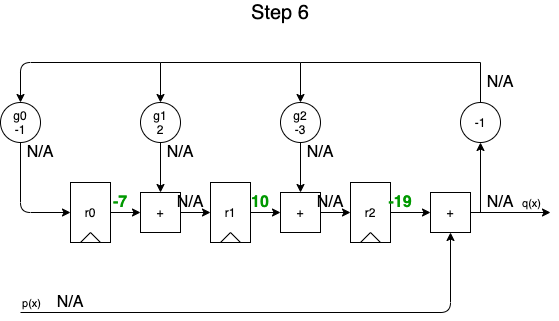
tomverbeure/tomverbeure.github.io keeps this draw.io diagram as assets/reed_solomon/reed_solomon-divider_diagram_step6.png. Above is the earlier version. Source tidied: cells renumbered, new cells last; positions are measured from the earlier drawing's top-left corner, leaving out a move shared by most shapes. The source it was exported from:
```xml
<mxGraphModel>
  <root>
    <mxCell id="0" />
    <mxCell id="1" parent="0" />
    <mxCell id="2" style="group;" parent="1" vertex="1">
      <mxGeometry x="210" y="180" width="40" height="60" as="geometry" />
    </mxCell>
    <mxCell id="3" value="r1" style="rounded=0;whiteSpace=wrap;html=1;fillColor=none;" parent="2" vertex="1">
      <mxGeometry width="40" height="60" as="geometry" />
    </mxCell>
    <mxCell id="4" style="endArrow=none;html=1;" parent="2" edge="1">
      <mxGeometry relative="1" as="geometry">
        <mxPoint x="10" y="60" as="sourcePoint" />
        <mxPoint x="20" y="50" as="targetPoint" />
      </mxGeometry>
    </mxCell>
    <mxCell id="5" style="endArrow=none;html=1;exitX=0.75;exitY=1;exitDx=0;exitDy=0;" parent="2" edge="1" source="3">
      <mxGeometry relative="1" as="geometry">
        <mxPoint x="20" y="50" as="targetPoint" />
      </mxGeometry>
    </mxCell>
    <mxCell id="6" style="group;" parent="1" vertex="1">
      <mxGeometry x="350" y="180" width="40" height="60" as="geometry" />
    </mxCell>
    <mxCell id="7" value="r2" style="rounded=0;whiteSpace=wrap;html=1;fillColor=none;" parent="6" vertex="1">
      <mxGeometry width="40" height="60" as="geometry" />
    </mxCell>
    <mxCell id="8" style="endArrow=none;html=1;" parent="6" edge="1">
      <mxGeometry relative="1" as="geometry">
        <mxPoint x="10" y="60" as="sourcePoint" />
        <mxPoint x="20" y="50" as="targetPoint" />
      </mxGeometry>
    </mxCell>
    <mxCell id="9" style="endArrow=none;html=1;exitX=0.75;exitY=1;exitDx=0;exitDy=0;" parent="6" edge="1" source="7">
      <mxGeometry relative="1" as="geometry">
        <mxPoint x="20" y="50" as="targetPoint" />
      </mxGeometry>
    </mxCell>
    <mxCell id="10" style="edgeStyle=orthogonalEdgeStyle;rounded=0;jettySize=auto;html=1;" parent="1" edge="1" source="11" target="18">
      <mxGeometry relative="1" as="geometry" />
    </mxCell>
    <mxCell id="11" value="g2&lt;br&gt;-3" style="ellipse;whiteSpace=wrap;html=1;fillColor=none;" parent="1" vertex="1">
      <mxGeometry x="280" y="100" width="40" height="40" as="geometry" />
    </mxCell>
    <mxCell id="12" value="+" style="whiteSpace=wrap;html=1;fillColor=none;" parent="1" vertex="1">
      <mxGeometry x="430" y="190" width="40" height="40" as="geometry" />
    </mxCell>
    <mxCell id="13" style="endArrow=classic;html=1;entryX=0.5;entryY=1;entryDx=0;entryDy=0;" parent="1" edge="1" target="12">
      <mxGeometry relative="1" as="geometry">
        <mxPoint x="20" y="310" as="sourcePoint" />
        <Array as="points">
          <mxPoint x="450" y="310" />
        </Array>
      </mxGeometry>
    </mxCell>
    <mxCell id="14" value="p(x)" style="edgeLabel;html=1;align=center;verticalAlign=middle;" parent="13" vertex="1">
      <mxGeometry x="-0.73" y="-1" relative="1" as="geometry">
        <mxPoint x="-58" y="-11" as="offset" />
      </mxGeometry>
    </mxCell>
    <mxCell id="15" style="edgeStyle=orthogonalEdgeStyle;rounded=0;jettySize=auto;html=1;" parent="1" edge="1" source="7" target="12">
      <mxGeometry relative="1" as="geometry" />
    </mxCell>
    <mxCell id="16" style="endArrow=classic;html=1;exitX=1;exitY=0.5;exitDx=0;exitDy=0;" parent="1" edge="1" source="12">
      <mxGeometry relative="1" as="geometry">
        <mxPoint x="550" y="210" as="targetPoint" />
      </mxGeometry>
    </mxCell>
    <mxCell id="17" value="q(x)" style="edgeLabel;html=1;align=center;verticalAlign=middle;" parent="16" vertex="1">
      <mxGeometry x="-0.06" relative="1" as="geometry">
        <mxPoint x="22.3" y="-10" as="offset" />
      </mxGeometry>
    </mxCell>
    <mxCell id="18" value="+" style="whiteSpace=wrap;html=1;fillColor=none;" parent="1" vertex="1">
      <mxGeometry x="280" y="190" width="40" height="40" as="geometry" />
    </mxCell>
    <mxCell id="19" style="edgeStyle=orthogonalEdgeStyle;rounded=0;jettySize=auto;html=1;" parent="1" edge="1" source="3" target="18">
      <mxGeometry relative="1" as="geometry" />
    </mxCell>
    <mxCell id="20" style="endArrow=classic;html=1;entryX=0;entryY=0.5;entryDx=0;entryDy=0;exitX=1;exitY=0.5;exitDx=0;exitDy=0;" parent="1" edge="1" source="18" target="7">
      <mxGeometry relative="1" as="geometry" />
    </mxCell>
    <mxCell id="21" style="endArrow=classic;html=1;entryX=0.5;entryY=0;entryDx=0;entryDy=0;rounded=0;" parent="1" edge="1" source="41" target="11">
      <mxGeometry relative="1" as="geometry">
        <Array as="points">
          <mxPoint x="480" y="60" />
          <mxPoint x="300" y="60" />
        </Array>
      </mxGeometry>
    </mxCell>
    <mxCell id="22" style="group;" parent="1" vertex="1">
      <mxGeometry x="70" y="180" width="40" height="60" as="geometry" />
    </mxCell>
    <mxCell id="23" value="r0" style="rounded=0;whiteSpace=wrap;html=1;fillColor=none;" parent="22" vertex="1">
      <mxGeometry width="40" height="60" as="geometry" />
    </mxCell>
    <mxCell id="24" style="endArrow=none;html=1;" parent="22" edge="1">
      <mxGeometry relative="1" as="geometry">
        <mxPoint x="10" y="60" as="sourcePoint" />
        <mxPoint x="20" y="50" as="targetPoint" />
      </mxGeometry>
    </mxCell>
    <mxCell id="25" style="endArrow=none;html=1;exitX=0.75;exitY=1;exitDx=0;exitDy=0;" parent="22" edge="1" source="23">
      <mxGeometry relative="1" as="geometry">
        <mxPoint x="20" y="50" as="targetPoint" />
      </mxGeometry>
    </mxCell>
    <mxCell id="26" style="edgeStyle=orthogonalEdgeStyle;rounded=0;jettySize=auto;html=1;" parent="1" edge="1" source="27" target="28">
      <mxGeometry relative="1" as="geometry" />
    </mxCell>
    <mxCell id="27" value="g1&lt;br&gt;2" style="ellipse;whiteSpace=wrap;html=1;fillColor=none;" parent="1" vertex="1">
      <mxGeometry x="140" y="100" width="40" height="40" as="geometry" />
    </mxCell>
    <mxCell id="28" value="+" style="whiteSpace=wrap;html=1;fillColor=none;" parent="1" vertex="1">
      <mxGeometry x="140" y="190" width="40" height="40" as="geometry" />
    </mxCell>
    <mxCell id="29" style="edgeStyle=orthogonalEdgeStyle;rounded=0;jettySize=auto;html=1;" parent="1" edge="1" source="23" target="28">
      <mxGeometry relative="1" as="geometry" />
    </mxCell>
    <mxCell id="30" style="endArrow=classic;html=1;entryX=0;entryY=0.5;entryDx=0;entryDy=0;exitX=1;exitY=0.5;exitDx=0;exitDy=0;" parent="1" edge="1" source="28">
      <mxGeometry relative="1" as="geometry">
        <mxPoint x="210" y="210" as="targetPoint" />
      </mxGeometry>
    </mxCell>
    <mxCell id="31" value="g0&lt;br&gt;-1" style="ellipse;whiteSpace=wrap;html=1;fillColor=none;" parent="1" vertex="1">
      <mxGeometry y="100" width="40" height="40" as="geometry" />
    </mxCell>
    <mxCell id="32" style="endArrow=classic;html=1;entryX=0;entryY=0.5;entryDx=0;entryDy=0;exitX=0.5;exitY=1;exitDx=0;exitDy=0;" parent="1" edge="1" source="31" target="23">
      <mxGeometry relative="1" as="geometry">
        <Array as="points">
          <mxPoint x="20" y="210" />
        </Array>
      </mxGeometry>
    </mxCell>
    <mxCell id="33" style="endArrow=classic;html=1;entryX=0.5;entryY=0;entryDx=0;entryDy=0;rounded=0;" parent="1" edge="1" target="27">
      <mxGeometry relative="1" as="geometry">
        <mxPoint x="300" y="60" as="sourcePoint" />
        <Array as="points">
          <mxPoint x="160" y="60" />
        </Array>
      </mxGeometry>
    </mxCell>
    <mxCell id="34" style="endArrow=classic;html=1;entryX=0.5;entryY=0;entryDx=0;entryDy=0;" parent="1" edge="1">
      <mxGeometry relative="1" as="geometry">
        <mxPoint x="160" y="60" as="sourcePoint" />
        <mxPoint x="20" y="100" as="targetPoint" />
        <Array as="points">
          <mxPoint x="20" y="60" />
        </Array>
      </mxGeometry>
    </mxCell>
    <mxCell id="35" value="&lt;font style=&quot;font-size: 16px&quot;&gt;N/A&lt;/font&gt;" style="text;html=1;strokeColor=none;fillColor=none;align=center;verticalAlign=middle;whiteSpace=wrap;rounded=0;" parent="1" vertex="1">
      <mxGeometry x="50" y="290" width="40" height="20" as="geometry" />
    </mxCell>
    <mxCell id="36" value="&lt;font style=&quot;font-size: 16px&quot; color=&quot;#009900&quot;&gt;&lt;b&gt;-7&lt;/b&gt;&lt;/font&gt;" style="text;html=1;strokeColor=none;fillColor=none;align=center;verticalAlign=middle;whiteSpace=wrap;rounded=0;" parent="1" vertex="1">
      <mxGeometry x="100" y="190" width="40" height="20" as="geometry" />
    </mxCell>
    <mxCell id="37" value="&lt;font style=&quot;font-size: 16px&quot;&gt;10&lt;/font&gt;" style="text;html=1;strokeColor=none;fillColor=none;align=center;verticalAlign=middle;whiteSpace=wrap;rounded=0;fontStyle=1;fontColor=#009900;" parent="1" vertex="1">
      <mxGeometry x="240" y="190" width="40" height="20" as="geometry" />
    </mxCell>
    <mxCell id="38" value="&lt;font style=&quot;font-size: 16px&quot;&gt;-19&lt;/font&gt;" style="text;html=1;strokeColor=none;fillColor=none;align=center;verticalAlign=middle;whiteSpace=wrap;rounded=0;fontStyle=1;fontColor=#009900;" parent="1" vertex="1">
      <mxGeometry x="380" y="190" width="40" height="20" as="geometry" />
    </mxCell>
    <mxCell id="39" value="&lt;font style=&quot;font-size: 16px&quot;&gt;N/A&lt;/font&gt;" style="text;html=1;strokeColor=none;fillColor=none;align=center;verticalAlign=middle;whiteSpace=wrap;rounded=0;" parent="1" vertex="1">
      <mxGeometry x="480" y="190" width="40" height="20" as="geometry" />
    </mxCell>
    <mxCell id="40" value="&lt;span style=&quot;font-size: 16px&quot;&gt;N/A&lt;/span&gt;" style="text;html=1;strokeColor=none;fillColor=none;align=center;verticalAlign=middle;whiteSpace=wrap;rounded=0;" parent="1" vertex="1">
      <mxGeometry x="300" y="140" width="40" height="20" as="geometry" />
    </mxCell>
    <mxCell id="41" value="-1" style="ellipse;whiteSpace=wrap;html=1;fillColor=none;" parent="1" vertex="1">
      <mxGeometry x="460" y="100" width="40" height="40" as="geometry" />
    </mxCell>
    <mxCell id="42" style="endArrow=classic;html=1;" parent="1" edge="1">
      <mxGeometry relative="1" as="geometry">
        <mxPoint x="480" y="210" as="sourcePoint" />
        <mxPoint x="480" y="140" as="targetPoint" />
      </mxGeometry>
    </mxCell>
    <mxCell id="43" value="&lt;span style=&quot;font-size: 16px&quot;&gt;N/A&lt;/span&gt;" style="text;html=1;strokeColor=none;fillColor=none;align=center;verticalAlign=middle;whiteSpace=wrap;rounded=0;" parent="1" vertex="1">
      <mxGeometry x="480" y="70" width="40" height="20" as="geometry" />
    </mxCell>
    <mxCell id="44" value="&lt;span style=&quot;font-size: 16px&quot;&gt;N/A&lt;/span&gt;" style="text;html=1;strokeColor=none;fillColor=none;align=center;verticalAlign=middle;whiteSpace=wrap;rounded=0;" parent="1" vertex="1">
      <mxGeometry x="160" y="140" width="40" height="20" as="geometry" />
    </mxCell>
    <mxCell id="45" value="&lt;span style=&quot;font-size: 16px&quot;&gt;N/A&lt;/span&gt;" style="text;html=1;strokeColor=none;fillColor=none;align=center;verticalAlign=middle;whiteSpace=wrap;rounded=0;" parent="1" vertex="1">
      <mxGeometry x="20" y="140" width="40" height="20" as="geometry" />
    </mxCell>
    <mxCell id="46" value="&lt;span style=&quot;font-size: 16px&quot;&gt;N/A&lt;/span&gt;" style="text;html=1;strokeColor=none;fillColor=none;align=center;verticalAlign=middle;whiteSpace=wrap;rounded=0;" parent="1" vertex="1">
      <mxGeometry x="310" y="190" width="40" height="20" as="geometry" />
    </mxCell>
    <mxCell id="47" value="&lt;font style=&quot;font-size: 16px&quot;&gt;N/A&lt;/font&gt;" style="text;html=1;strokeColor=none;fillColor=none;align=center;verticalAlign=middle;whiteSpace=wrap;rounded=0;" parent="1" vertex="1">
      <mxGeometry x="170" y="190" width="40" height="20" as="geometry" />
    </mxCell>
    <mxCell id="48" value="Step 6" style="text;html=1;strokeColor=none;fillColor=none;align=center;verticalAlign=middle;whiteSpace=wrap;rounded=0;fontSize=20;" parent="1" vertex="1">
      <mxGeometry x="230" width="100" height="20" as="geometry" />
    </mxCell>
  </root>
</mxGraphModel>
```
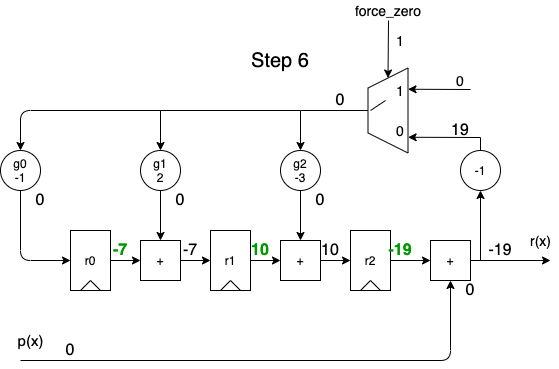
The same file after the commit.

What changed in the source:
```diff
@@ -53,11 +53,6 @@
         </Array>
       </mxGeometry>
     </mxCell>
-    <mxCell id="14" value="p(x)" style="edgeLabel;html=1;align=center;verticalAlign=middle;" parent="13" vertex="1">
-      <mxGeometry x="-0.73" y="-1" relative="1" as="geometry">
-        <mxPoint x="-58" y="-11" as="offset" />
-      </mxGeometry>
-    </mxCell>
     <mxCell id="15" style="edgeStyle=orthogonalEdgeStyle;rounded=0;jettySize=auto;html=1;" parent="1" edge="1" source="7" target="12">
       <mxGeometry relative="1" as="geometry" />
     </mxCell>
@@ -66,11 +61,6 @@
         <mxPoint x="550" y="210" as="targetPoint" />
       </mxGeometry>
     </mxCell>
-    <mxCell id="17" value="q(x)" style="edgeLabel;html=1;align=center;verticalAlign=middle;" parent="16" vertex="1">
-      <mxGeometry x="-0.06" relative="1" as="geometry">
-        <mxPoint x="22.3" y="-10" as="offset" />
-      </mxGeometry>
-    </mxCell>
     <mxCell id="18" value="+" style="whiteSpace=wrap;html=1;fillColor=none;" parent="1" vertex="1">
       <mxGeometry x="280" y="190" width="40" height="40" as="geometry" />
     </mxCell>
@@ -80,14 +70,6 @@
     <mxCell id="20" style="endArrow=classic;html=1;entryX=0;entryY=0.5;entryDx=0;entryDy=0;exitX=1;exitY=0.5;exitDx=0;exitDy=0;" parent="1" edge="1" source="18" target="7">
       <mxGeometry relative="1" as="geometry" />
     </mxCell>
-    <mxCell id="21" style="endArrow=classic;html=1;entryX=0.5;entryY=0;entryDx=0;entryDy=0;rounded=0;" parent="1" edge="1" source="41" target="11">
-      <mxGeometry relative="1" as="geometry">
-        <Array as="points">
-          <mxPoint x="480" y="60" />
-          <mxPoint x="300" y="60" />
-        </Array>
-      </mxGeometry>
-    </mxCell>
     <mxCell id="22" style="group;" parent="1" vertex="1">
       <mxGeometry x="70" y="180" width="40" height="60" as="geometry" />
     </mxCell>
@@ -149,7 +131,7 @@
         </Array>
       </mxGeometry>
     </mxCell>
-    <mxCell id="35" value="&lt;font style=&quot;font-size: 16px&quot;&gt;N/A&lt;/font&gt;" style="text;html=1;strokeColor=none;fillColor=none;align=center;verticalAlign=middle;whiteSpace=wrap;rounded=0;" parent="1" vertex="1">
+    <mxCell id="35" value="&lt;font style=&quot;font-size: 16px&quot;&gt;0&lt;/font&gt;" style="text;html=1;strokeColor=none;fillColor=none;align=center;verticalAlign=middle;whiteSpace=wrap;rounded=0;" parent="1" vertex="1">
       <mxGeometry x="50" y="290" width="40" height="20" as="geometry" />
     </mxCell>
     <mxCell id="36" value="&lt;font style=&quot;font-size: 16px&quot; color=&quot;#009900&quot;&gt;&lt;b&gt;-7&lt;/b&gt;&lt;/font&gt;" style="text;html=1;strokeColor=none;fillColor=none;align=center;verticalAlign=middle;whiteSpace=wrap;rounded=0;" parent="1" vertex="1">
@@ -161,10 +143,10 @@
     <mxCell id="38" value="&lt;font style=&quot;font-size: 16px&quot;&gt;-19&lt;/font&gt;" style="text;html=1;strokeColor=none;fillColor=none;align=center;verticalAlign=middle;whiteSpace=wrap;rounded=0;fontStyle=1;fontColor=#009900;" parent="1" vertex="1">
       <mxGeometry x="380" y="190" width="40" height="20" as="geometry" />
     </mxCell>
-    <mxCell id="39" value="&lt;font style=&quot;font-size: 16px&quot;&gt;N/A&lt;/font&gt;" style="text;html=1;strokeColor=none;fillColor=none;align=center;verticalAlign=middle;whiteSpace=wrap;rounded=0;" parent="1" vertex="1">
+    <mxCell id="39" value="&lt;font style=&quot;font-size: 16px&quot;&gt;-19&lt;/font&gt;" style="text;html=1;strokeColor=none;fillColor=none;align=center;verticalAlign=middle;whiteSpace=wrap;rounded=0;" parent="1" vertex="1">
       <mxGeometry x="480" y="190" width="40" height="20" as="geometry" />
     </mxCell>
-    <mxCell id="40" value="&lt;span style=&quot;font-size: 16px&quot;&gt;N/A&lt;/span&gt;" style="text;html=1;strokeColor=none;fillColor=none;align=center;verticalAlign=middle;whiteSpace=wrap;rounded=0;" parent="1" vertex="1">
+    <mxCell id="40" value="&lt;span style=&quot;font-size: 16px&quot;&gt;0&lt;/span&gt;" style="text;html=1;strokeColor=none;fillColor=none;align=center;verticalAlign=middle;whiteSpace=wrap;rounded=0;" parent="1" vertex="1">
       <mxGeometry x="300" y="140" width="40" height="20" as="geometry" />
     </mxCell>
     <mxCell id="41" value="-1" style="ellipse;whiteSpace=wrap;html=1;fillColor=none;" parent="1" vertex="1">
@@ -176,23 +158,85 @@
         <mxPoint x="480" y="140" as="targetPoint" />
       </mxGeometry>
     </mxCell>
-    <mxCell id="43" value="&lt;span style=&quot;font-size: 16px&quot;&gt;N/A&lt;/span&gt;" style="text;html=1;strokeColor=none;fillColor=none;align=center;verticalAlign=middle;whiteSpace=wrap;rounded=0;" parent="1" vertex="1">
-      <mxGeometry x="480" y="70" width="40" height="20" as="geometry" />
-    </mxCell>
-    <mxCell id="44" value="&lt;span style=&quot;font-size: 16px&quot;&gt;N/A&lt;/span&gt;" style="text;html=1;strokeColor=none;fillColor=none;align=center;verticalAlign=middle;whiteSpace=wrap;rounded=0;" parent="1" vertex="1">
+    <mxCell id="44" value="&lt;span style=&quot;font-size: 16px&quot;&gt;0&lt;/span&gt;" style="text;html=1;strokeColor=none;fillColor=none;align=center;verticalAlign=middle;whiteSpace=wrap;rounded=0;" parent="1" vertex="1">
       <mxGeometry x="160" y="140" width="40" height="20" as="geometry" />
     </mxCell>
-    <mxCell id="45" value="&lt;span style=&quot;font-size: 16px&quot;&gt;N/A&lt;/span&gt;" style="text;html=1;strokeColor=none;fillColor=none;align=center;verticalAlign=middle;whiteSpace=wrap;rounded=0;" parent="1" vertex="1">
+    <mxCell id="45" value="&lt;span style=&quot;font-size: 16px&quot;&gt;0&lt;/span&gt;" style="text;html=1;strokeColor=none;fillColor=none;align=center;verticalAlign=middle;whiteSpace=wrap;rounded=0;" parent="1" vertex="1">
       <mxGeometry x="20" y="140" width="40" height="20" as="geometry" />
     </mxCell>
-    <mxCell id="46" value="&lt;span style=&quot;font-size: 16px&quot;&gt;N/A&lt;/span&gt;" style="text;html=1;strokeColor=none;fillColor=none;align=center;verticalAlign=middle;whiteSpace=wrap;rounded=0;" parent="1" vertex="1">
+    <mxCell id="46" value="&lt;span style=&quot;font-size: 16px&quot;&gt;10&lt;/span&gt;" style="text;html=1;strokeColor=none;fillColor=none;align=center;verticalAlign=middle;whiteSpace=wrap;rounded=0;" parent="1" vertex="1">
       <mxGeometry x="310" y="190" width="40" height="20" as="geometry" />
     </mxCell>
-    <mxCell id="47" value="&lt;font style=&quot;font-size: 16px&quot;&gt;N/A&lt;/font&gt;" style="text;html=1;strokeColor=none;fillColor=none;align=center;verticalAlign=middle;whiteSpace=wrap;rounded=0;" parent="1" vertex="1">
+    <mxCell id="47" value="&lt;font style=&quot;font-size: 16px&quot;&gt;-7&lt;/font&gt;" style="text;html=1;strokeColor=none;fillColor=none;align=center;verticalAlign=middle;whiteSpace=wrap;rounded=0;" parent="1" vertex="1">
       <mxGeometry x="170" y="190" width="40" height="20" as="geometry" />
     </mxCell>
     <mxCell id="48" value="Step 6" style="text;html=1;strokeColor=none;fillColor=none;align=center;verticalAlign=middle;whiteSpace=wrap;rounded=0;fontSize=20;" parent="1" vertex="1">
       <mxGeometry x="230" width="100" height="20" as="geometry" />
     </mxCell>
+    <mxCell id="49" style="shape=trapezoid;perimeter=trapezoidPerimeter;whiteSpace=wrap;html=1;fixedSize=1;fillColor=none;fontSize=20;fontColor=#0000CC;rotation=-90;" parent="1" vertex="1">
+      <mxGeometry x="345" y="40" width="85" height="40" as="geometry" />
+    </mxCell>
+    <mxCell id="50" style="endArrow=classic;html=1;fontSize=20;fontColor=#0000CC;entryX=0.5;entryY=0;entryDx=0;entryDy=0;exitX=0.5;exitY=0;exitDx=0;exitDy=0;rounded=0;" parent="1" edge="1" source="49">
+      <mxGeometry relative="1" as="geometry">
+        <mxPoint x="300" y="100" as="targetPoint" />
+        <Array as="points">
+          <mxPoint x="300" y="60" />
+        </Array>
+      </mxGeometry>
+    </mxCell>
+    <mxCell id="51" style="endArrow=classic;html=1;fontSize=20;fontColor=#0000CC;entryX=0.185;entryY=1.003;entryDx=0;entryDy=0;entryPerimeter=0;exitX=0.5;exitY=0;exitDx=0;exitDy=0;rounded=0;" parent="1" edge="1" target="49">
+      <mxGeometry relative="1" as="geometry">
+        <mxPoint x="480" y="100" as="sourcePoint" />
+        <Array as="points">
+          <mxPoint x="480" y="87" />
+        </Array>
+      </mxGeometry>
+    </mxCell>
+    <mxCell id="52" style="endArrow=classic;html=1;fontSize=20;fontColor=#0000CC;entryX=0.75;entryY=1;entryDx=0;entryDy=0;" parent="1" edge="1" target="49">
+      <mxGeometry relative="1" as="geometry">
+        <mxPoint x="470" y="39" as="sourcePoint" />
+      </mxGeometry>
+    </mxCell>
+    <mxCell id="53" style="endArrow=classic;html=1;fontSize=20;fontColor=#000000;entryX=1;entryY=0.5;entryDx=0;entryDy=0;" parent="1" edge="1" target="49">
+      <mxGeometry relative="1" as="geometry">
+        <mxPoint x="388" y="-30" as="sourcePoint" />
+      </mxGeometry>
+    </mxCell>
+    <mxCell id="54" value="0" style="text;html=1;strokeColor=none;fillColor=none;align=center;verticalAlign=middle;whiteSpace=wrap;rounded=0;fontSize=14;fontColor=#000000;" parent="1" vertex="1">
+      <mxGeometry x="440" y="20" width="40" height="20" as="geometry" />
+    </mxCell>
+    <mxCell id="55" value="force_zero" style="text;html=1;strokeColor=none;fillColor=none;align=center;verticalAlign=middle;whiteSpace=wrap;rounded=0;fontSize=14;fontColor=#000000;" parent="1" vertex="1">
+      <mxGeometry x="367.5" y="-50" width="40" height="20" as="geometry" />
+    </mxCell>
+    <mxCell id="56" value="1" style="text;html=1;strokeColor=none;fillColor=none;align=center;verticalAlign=middle;whiteSpace=wrap;rounded=0;fontSize=14;fontColor=#000000;" parent="1" vertex="1">
+      <mxGeometry x="380" y="30" width="40" height="20" as="geometry" />
+    </mxCell>
+    <mxCell id="57" value="0" style="text;html=1;strokeColor=none;fillColor=none;align=center;verticalAlign=middle;whiteSpace=wrap;rounded=0;fontSize=14;fontColor=#000000;" parent="1" vertex="1">
+      <mxGeometry x="380" y="70" width="40" height="20" as="geometry" />
+    </mxCell>
+    <mxCell id="58" style="endArrow=none;html=1;fontSize=14;fontColor=#000000;entryX=0.5;entryY=0.063;entryDx=0;entryDy=0;entryPerimeter=0;endFill=0;" parent="1" edge="1">
+      <mxGeometry relative="1" as="geometry">
+        <mxPoint x="385" y="50" as="sourcePoint" />
+        <mxPoint x="370" y="60" as="targetPoint" />
+      </mxGeometry>
+    </mxCell>
+    <mxCell id="59" value="1" style="text;html=1;strokeColor=none;fillColor=none;align=center;verticalAlign=middle;whiteSpace=wrap;rounded=0;fontSize=14;fontColor=#000000;" parent="1" vertex="1">
+      <mxGeometry x="380" y="-20" width="40" height="20" as="geometry" />
+    </mxCell>
+    <mxCell id="60" value="&lt;font style=&quot;font-size: 16px&quot;&gt;0&lt;/font&gt;" style="text;html=1;strokeColor=none;fillColor=none;align=center;verticalAlign=middle;whiteSpace=wrap;rounded=0;fontStyle=0;" parent="1" vertex="1">
+      <mxGeometry x="320" y="40" width="40" height="20" as="geometry" />
+    </mxCell>
+    <mxCell id="61" value="&lt;font style=&quot;font-size: 16px&quot;&gt;19&lt;/font&gt;" style="text;html=1;strokeColor=none;fillColor=none;align=center;verticalAlign=middle;whiteSpace=wrap;rounded=0;" parent="1" vertex="1">
+      <mxGeometry x="440" y="70" width="40" height="20" as="geometry" />
+    </mxCell>
+    <mxCell id="62" value="&lt;font style=&quot;font-size: 16px&quot;&gt;0&lt;/font&gt;" style="text;html=1;strokeColor=none;fillColor=none;align=center;verticalAlign=middle;whiteSpace=wrap;rounded=0;" parent="1" vertex="1">
+      <mxGeometry x="450" y="230" width="40" height="20" as="geometry" />
+    </mxCell>
+    <mxCell id="14" value="p(x)" style="edgeLabel;html=1;align=center;verticalAlign=middle;fontSize=15;" parent="1" vertex="1">
+      <mxGeometry x="30" y="290" as="geometry" />
+    </mxCell>
+    <mxCell id="63" value="r(x)" style="edgeLabel;html=1;align=center;verticalAlign=middle;fontSize=14;" parent="1" vertex="1">
+      <mxGeometry x="540" y="190" as="geometry" />
+    </mxCell>
   </root>
 </mxGraphModel>
```
